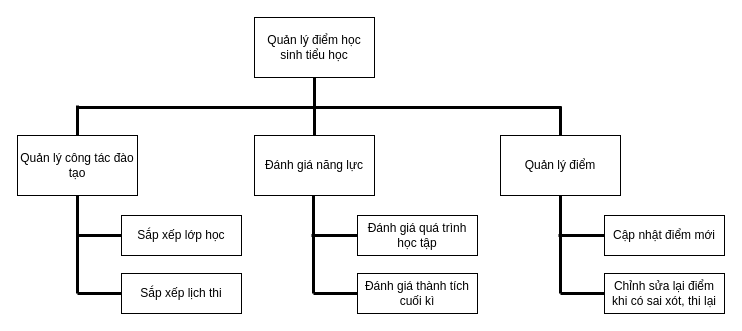
This is 2.1.3.drawio from TLGKien/graph, a draw.io file, before an edit. Source tidied: cells renumbered, new cells numbered last; positions are measured from the earlier drawing's top-left corner, leaving out a move shared by most shapes. Both pictures are drawn from the tidied source at 100%, with x=0, y=0 at pixel (17, 17).
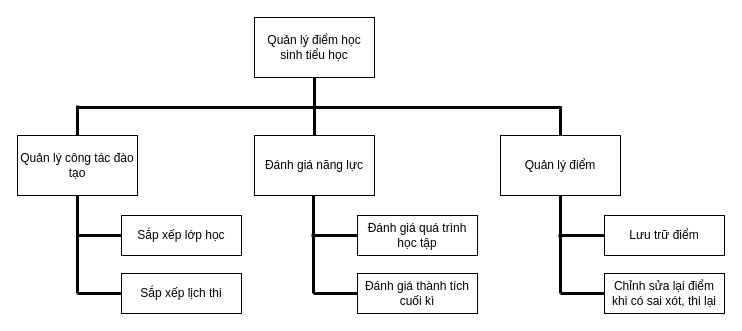
After the change.

Change to the diagram source:
```diff
@@
-    <mxCell id="21" value="Cập nhật điểm mới" style="rounded=0;whiteSpace=wrap;html=1;" parent="1" vertex="1">
+    <mxCell id="21" value="Lưu trữ điểm" style="rounded=0;whiteSpace=wrap;html=1;" parent="1" vertex="1">
       <mxGeometry x="587" y="198" width="120" height="40" as="geometry" />
     </mxCell>
```
